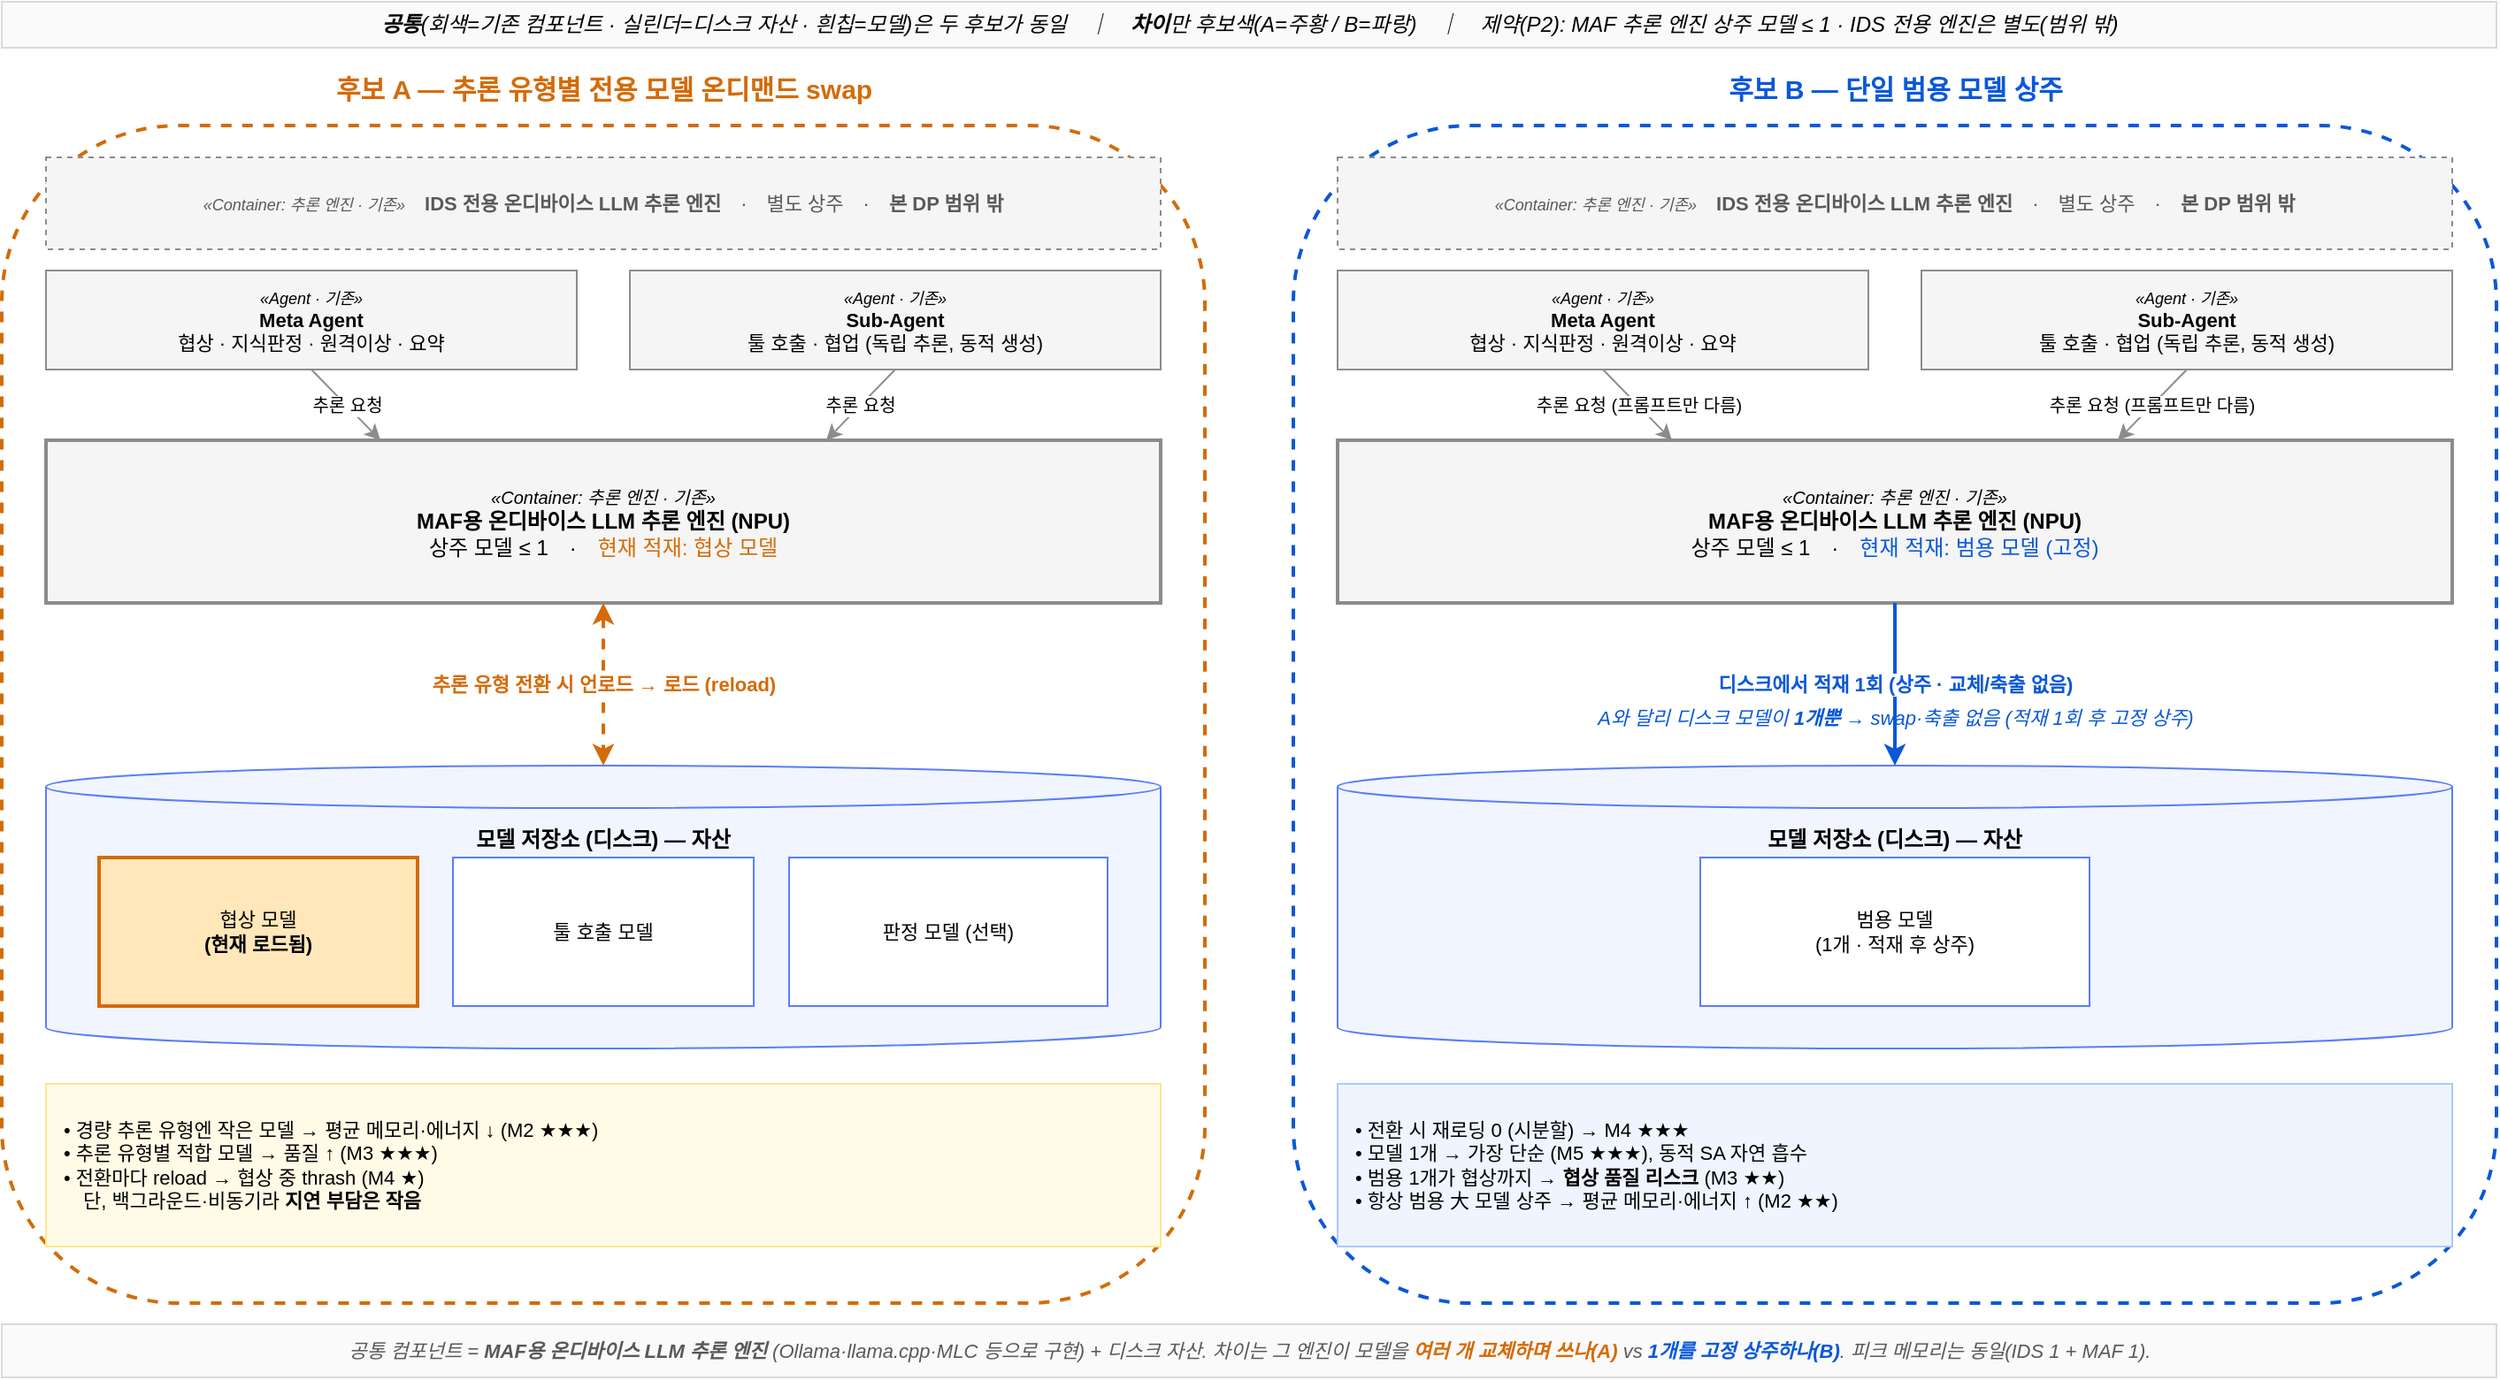
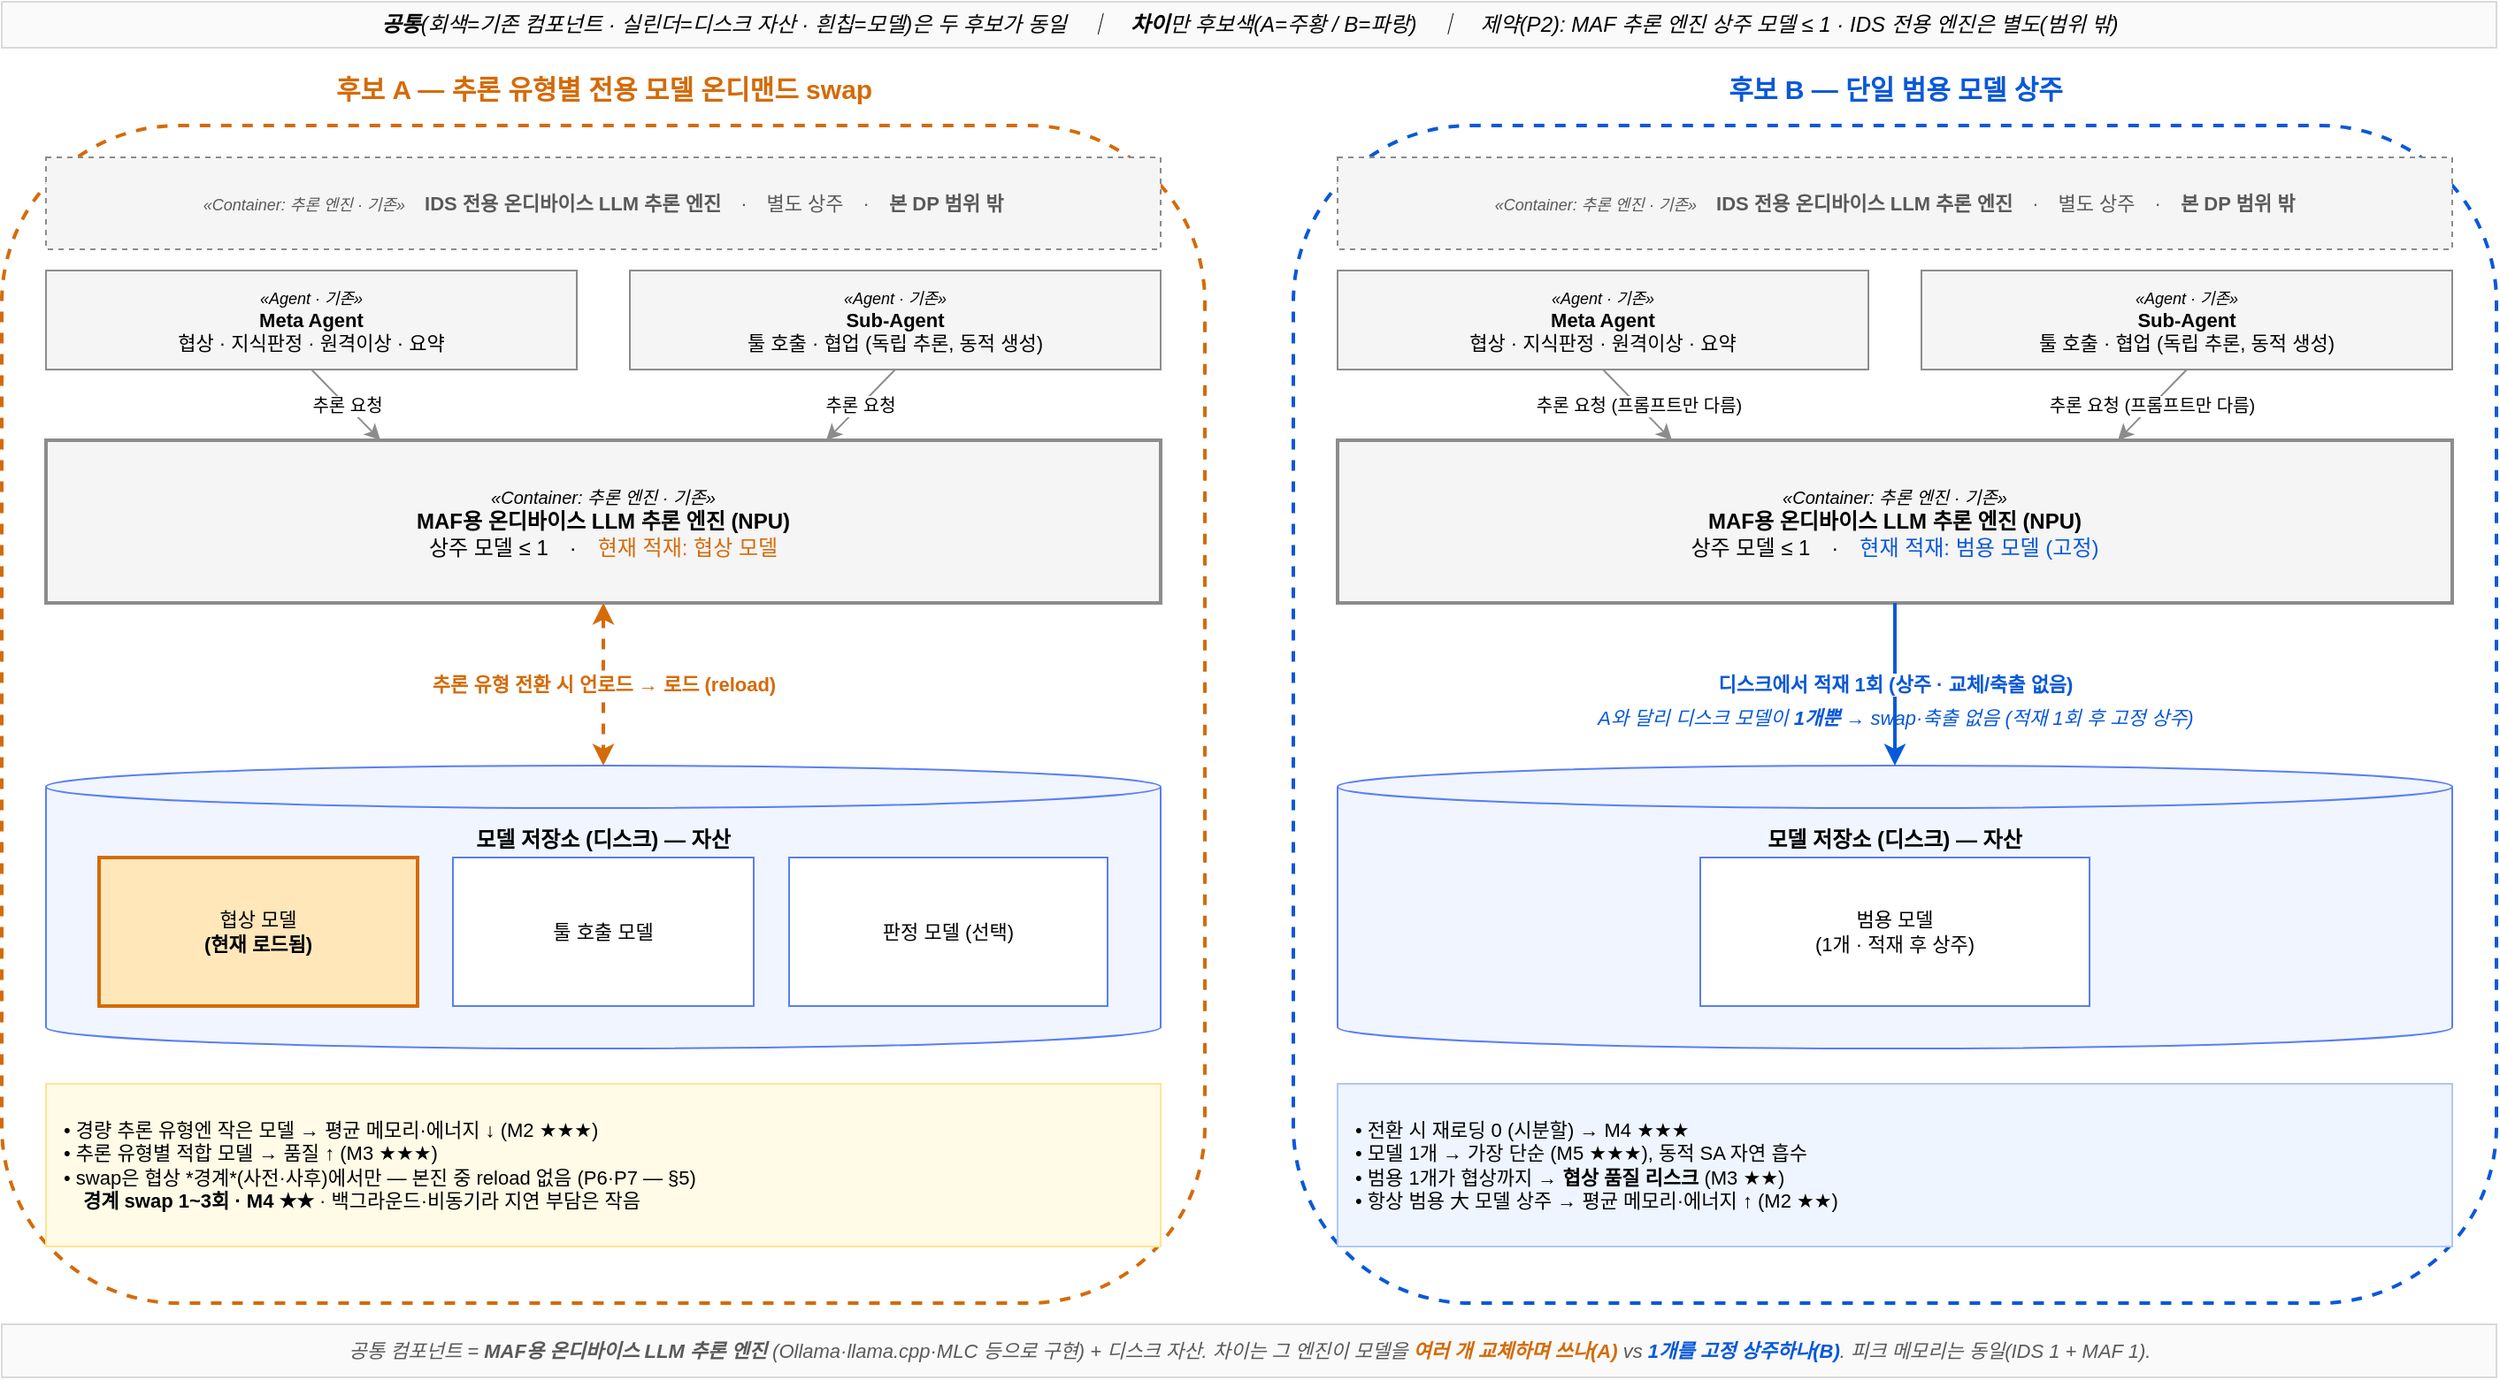
<mxfile host="65bd71144e">
    <diagram name="MAF-LLM-Placement-Candidates" id="dp-maf-llm-placement">
        <mxGraphModel dx="1000" dy="800" grid="1" gridSize="10" guides="1" tooltips="1" connect="1" arrows="1" fold="1" page="1" pageScale="1" pageWidth="1500" pageHeight="800" math="0" shadow="0">
            <root>
                <mxCell id="0"/>
                <mxCell id="1" parent="0"/>
                <mxCell id="legend" value="&lt;b&gt;공통&lt;/b&gt;(회색=기존 컴포넌트 · 실린더=디스크 자산 · 흰칩=모델)은 두 후보가 동일　｜　&lt;b&gt;차이&lt;/b&gt;만 후보색(A=주황 / B=파랑)　｜　제약(P2): MAF 추론 엔진 상주 모델 ≤ 1 · IDS 전용 엔진은 별도(범위 밖)" style="text;html=1;align=center;verticalAlign=middle;fontSize=12;fontStyle=2;fillColor=#fafafa;strokeColor=#d9d9d9" parent="1" vertex="1">
                    <mxGeometry x="30" y="8" width="1410" height="26" as="geometry"/>
                </mxCell>
                <mxCell id="titleA" value="후보 A — 추론 유형별 전용 모델 온디맨드 swap" style="text;html=1;align=center;verticalAlign=middle;fontSize=15;fontStyle=1;fontColor=#d46b08" parent="1" vertex="1">
                    <mxGeometry x="30" y="44" width="680" height="26" as="geometry"/>
                </mxCell>
                <mxCell id="titleB" value="후보 B — 단일 범용 모델 상주" style="text;html=1;align=center;verticalAlign=middle;fontSize=15;fontStyle=1;fontColor=#0958d9" parent="1" vertex="1">
                    <mxGeometry x="760" y="44" width="680" height="26" as="geometry"/>
                </mxCell>
                <mxCell id="frameA" value="" style="rounded=1;whiteSpace=wrap;html=1;fillColor=none;strokeColor=#d46b08;dashed=1;strokeWidth=2" parent="1" vertex="1">
                    <mxGeometry x="30" y="78" width="680" height="666" as="geometry"/>
                </mxCell>
                <mxCell id="frameB" value="" style="rounded=1;whiteSpace=wrap;html=1;fillColor=none;strokeColor=#0958d9;dashed=1;strokeWidth=2" parent="1" vertex="1">
                    <mxGeometry x="760" y="78" width="680" height="666" as="geometry"/>
                </mxCell>
                <mxCell id="a_ids" value="&lt;i style=&quot;font-size:9px;&quot;&gt;«Container: 추론 엔진 · 기존»&lt;/i&gt;　&lt;b&gt;IDS 전용 온디바이스 LLM 추론 엔진&lt;/b&gt;　·　별도 상주　·　&lt;b&gt;본 DP 범위 밖&lt;/b&gt;" style="rounded=0;whiteSpace=wrap;html=1;fillColor=#f5f5f5;strokeColor=#8c8c8c;dashed=1;fontSize=11;fontColor=#595959;verticalAlign=middle;align=center" parent="1" vertex="1">
                    <mxGeometry x="55" y="96" width="630" height="52" as="geometry"/>
                </mxCell>
                <mxCell id="a_ma" value="&lt;i style=&quot;font-size:9px;&quot;&gt;«Agent · 기존»&lt;/i&gt;&#10;&lt;b&gt;Meta Agent&lt;/b&gt;&#10;협상 · 지식판정 · 원격이상 · 요약" style="rounded=0;whiteSpace=wrap;html=1;fillColor=#f5f5f5;strokeColor=#8c8c8c;fontSize=11;verticalAlign=middle;align=center" parent="1" vertex="1">
                    <mxGeometry x="55" y="160" width="300" height="56" as="geometry"/>
                </mxCell>
                <mxCell id="a_sa" value="&lt;i style=&quot;font-size:9px;&quot;&gt;«Agent · 기존»&lt;/i&gt;&#10;&lt;b&gt;Sub-Agent&lt;/b&gt;&#10;툴 호출 · 협업 (독립 추론, 동적 생성)" style="rounded=0;whiteSpace=wrap;html=1;fillColor=#f5f5f5;strokeColor=#8c8c8c;fontSize=11;verticalAlign=middle;align=center" parent="1" vertex="1">
                    <mxGeometry x="385" y="160" width="300" height="56" as="geometry"/>
                </mxCell>
                <mxCell id="a_engine" value="&lt;i style=&quot;font-size:10px;&quot;&gt;«Container: 추론 엔진 · 기존»&lt;/i&gt;&#10;&lt;b&gt;MAF용 온디바이스 LLM 추론 엔진 (NPU)&lt;/b&gt;&#10;상주 모델 ≤ 1　·　&lt;font color=&quot;#d46b08&quot;&gt;현재 적재: 협상 모델&lt;/font&gt;" style="rounded=0;whiteSpace=wrap;html=1;fillColor=#f5f5f5;strokeColor=#8c8c8c;strokeWidth=2;fontSize=12;verticalAlign=middle;align=center" parent="1" vertex="1">
                    <mxGeometry x="55" y="256" width="630" height="92" as="geometry"/>
                </mxCell>
                <mxCell id="a_store" value="&lt;b&gt;모델 저장소 (디스크) — 자산&lt;/b&gt;" style="shape=cylinder3;whiteSpace=wrap;html=1;fillColor=#f0f5ff;strokeColor=#597ef7;fontSize=12;verticalAlign=top;align=center;boundedLbl=1;backgroundOutline=1;size=12;spacingTop=4" parent="1" vertex="1">
                    <mxGeometry x="55" y="440" width="630" height="160" as="geometry"/>
                </mxCell>
                <mxCell id="a_m1" value="협상 모델&#10;&lt;b&gt;(현재 로드됨)&lt;/b&gt;" style="rounded=0;whiteSpace=wrap;html=1;fillColor=#ffe7ba;strokeColor=#d46b08;strokeWidth=2;fontSize=11;verticalAlign=middle;align=center" parent="1" vertex="1">
                    <mxGeometry x="85" y="492" width="180" height="84" as="geometry"/>
                </mxCell>
                <mxCell id="a_m2" value="툴 호출 모델" style="rounded=0;whiteSpace=wrap;html=1;fillColor=#ffffff;strokeColor=#597ef7;fontSize=11;verticalAlign=middle;align=center" parent="1" vertex="1">
                    <mxGeometry x="285" y="492" width="170" height="84" as="geometry"/>
                </mxCell>
                <mxCell id="a_m3" value="판정 모델 (선택)" style="rounded=0;whiteSpace=wrap;html=1;fillColor=#ffffff;strokeColor=#597ef7;fontSize=11;verticalAlign=middle;align=center" parent="1" vertex="1">
                    <mxGeometry x="475" y="492" width="180" height="84" as="geometry"/>
                </mxCell>
                <mxCell id="a_swap" value="추론 유형 전환 시  언로드 → 로드 (reload)" style="endArrow=classic;startArrow=classic;html=1;dashed=1;strokeColor=#d46b08;strokeWidth=2;fontSize=11;fontColor=#d46b08;fontStyle=1;exitX=0.5;exitY=1;exitDx=0;exitDy=0;entryX=0.5;entryY=0;entryDx=0;entryDy=0" parent="1" source="a_engine" target="a_store" edge="1">
                    <mxGeometry relative="1" as="geometry"/>
                </mxCell>
                <mxCell id="a_ma_engine" value="추론 요청" style="endArrow=classic;html=1;strokeColor=#8c8c8c;fontSize=10;exitX=0.5;exitY=1;exitDx=0;exitDy=0;entryX=0.3;entryY=0;entryDx=0;entryDy=0" parent="1" source="a_ma" target="a_engine" edge="1">
                    <mxGeometry relative="1" as="geometry"/>
                </mxCell>
                <mxCell id="a_sa_engine" value="추론 요청" style="endArrow=classic;html=1;strokeColor=#8c8c8c;fontSize=10;exitX=0.5;exitY=1;exitDx=0;exitDy=0;entryX=0.7;entryY=0;entryDx=0;entryDy=0" parent="1" source="a_sa" target="a_engine" edge="1">
                    <mxGeometry relative="1" as="geometry"/>
                </mxCell>
-                 <mxCell id="a_note" value="• 경량 추론 유형엔 작은 모델 → 평균 메모리·에너지 ↓ (M2 ★★★)&#10;• 추론 유형별 적합 모델 → 품질 ↑ (M3 ★★★)&#10;• 전환마다 reload → 협상 중 thrash (M4 ★)&#10;　단, 백그라운드·비동기라 &lt;b&gt;지연 부담은 작음&lt;/b&gt;" style="text;html=1;align=left;verticalAlign=middle;fontSize=11;spacingLeft=8;fillColor=#fffbe6;strokeColor=#ffe58f" parent="1" vertex="1">
+                 <mxCell id="a_note" value="• 경량 추론 유형엔 작은 모델 → 평균 메모리·에너지 ↓ (M2 ★★★)&#10;• 추론 유형별 적합 모델 → 품질 ↑ (M3 ★★★)&#10;• swap은 협상 *경계*(사전·사후)에서만 — 본진 중 reload 없음 (P6·P7 — §5)&#10;　&lt;b&gt;경계 swap 1~3회 · M4 ★★&lt;/b&gt; · 백그라운드·비동기라 지연 부담은 작음" style="text;html=1;align=left;verticalAlign=middle;fontSize=11;spacingLeft=8;fillColor=#fffbe6;strokeColor=#ffe58f" parent="1" vertex="1">
                    <mxGeometry x="55" y="620" width="630" height="92" as="geometry"/>
                </mxCell>
                <mxCell id="b_ids" value="&lt;i style=&quot;font-size:9px;&quot;&gt;«Container: 추론 엔진 · 기존»&lt;/i&gt;　&lt;b&gt;IDS 전용 온디바이스 LLM 추론 엔진&lt;/b&gt;　·　별도 상주　·　&lt;b&gt;본 DP 범위 밖&lt;/b&gt;" style="rounded=0;whiteSpace=wrap;html=1;fillColor=#f5f5f5;strokeColor=#8c8c8c;dashed=1;fontSize=11;fontColor=#595959;verticalAlign=middle;align=center" parent="1" vertex="1">
                    <mxGeometry x="785" y="96" width="630" height="52" as="geometry"/>
                </mxCell>
                <mxCell id="b_ma" value="&lt;i style=&quot;font-size:9px;&quot;&gt;«Agent · 기존»&lt;/i&gt;&#10;&lt;b&gt;Meta Agent&lt;/b&gt;&#10;협상 · 지식판정 · 원격이상 · 요약" style="rounded=0;whiteSpace=wrap;html=1;fillColor=#f5f5f5;strokeColor=#8c8c8c;fontSize=11;verticalAlign=middle;align=center" parent="1" vertex="1">
                    <mxGeometry x="785" y="160" width="300" height="56" as="geometry"/>
                </mxCell>
                <mxCell id="b_sa" value="&lt;i style=&quot;font-size:9px;&quot;&gt;«Agent · 기존»&lt;/i&gt;&#10;&lt;b&gt;Sub-Agent&lt;/b&gt;&#10;툴 호출 · 협업 (독립 추론, 동적 생성)" style="rounded=0;whiteSpace=wrap;html=1;fillColor=#f5f5f5;strokeColor=#8c8c8c;fontSize=11;verticalAlign=middle;align=center" parent="1" vertex="1">
                    <mxGeometry x="1115" y="160" width="300" height="56" as="geometry"/>
                </mxCell>
                <mxCell id="b_engine" value="&lt;i style=&quot;font-size:10px;&quot;&gt;«Container: 추론 엔진 · 기존»&lt;/i&gt;&#10;&lt;b&gt;MAF용 온디바이스 LLM 추론 엔진 (NPU)&lt;/b&gt;&#10;상주 모델 ≤ 1　·　&lt;font color=&quot;#0958d9&quot;&gt;현재 적재: 범용 모델 (고정)&lt;/font&gt;" style="rounded=0;whiteSpace=wrap;html=1;fillColor=#f5f5f5;strokeColor=#8c8c8c;strokeWidth=2;fontSize=12;verticalAlign=middle;align=center" parent="1" vertex="1">
                    <mxGeometry x="785" y="256" width="630" height="92" as="geometry"/>
                </mxCell>
                <mxCell id="b_noswap" value="A와 달리 디스크 모델이 &lt;b&gt;1개뿐&lt;/b&gt; → swap·축출 없음 (적재 1회 후 고정 상주)" style="text;html=1;align=center;verticalAlign=middle;fontSize=11;fontStyle=2;fontColor=#0958d9" parent="1" vertex="1">
                    <mxGeometry x="785" y="402" width="630" height="22" as="geometry"/>
                </mxCell>
                <mxCell id="b_store" value="&lt;b&gt;모델 저장소 (디스크) — 자산&lt;/b&gt;" style="shape=cylinder3;whiteSpace=wrap;html=1;fillColor=#f0f5ff;strokeColor=#597ef7;fontSize=12;verticalAlign=top;align=center;boundedLbl=1;backgroundOutline=1;size=12;spacingTop=4" parent="1" vertex="1">
                    <mxGeometry x="785" y="440" width="630" height="160" as="geometry"/>
                </mxCell>
                <mxCell id="b_m" value="범용 모델&#10;(1개 · 적재 후 상주)" style="rounded=0;whiteSpace=wrap;html=1;fillColor=#ffffff;strokeColor=#597ef7;fontSize=11;verticalAlign=middle;align=center" parent="1" vertex="1">
                    <mxGeometry x="990" y="492" width="220" height="84" as="geometry"/>
                </mxCell>
                <mxCell id="b_load" value="디스크에서 적재 1회 (상주 · 교체/축출 없음)" style="endArrow=classic;html=1;strokeColor=#0958d9;strokeWidth=2;fontSize=11;fontColor=#0958d9;fontStyle=1;exitX=0.5;exitY=1;exitDx=0;exitDy=0;entryX=0.5;entryY=0;entryDx=0;entryDy=0" parent="1" source="b_engine" target="b_store" edge="1">
                    <mxGeometry relative="1" as="geometry"/>
                </mxCell>
                <mxCell id="b_ma_engine" value="추론 요청 (프롬프트만 다름)" style="endArrow=classic;html=1;strokeColor=#8c8c8c;fontSize=10;exitX=0.5;exitY=1;exitDx=0;exitDy=0;entryX=0.3;entryY=0;entryDx=0;entryDy=0" parent="1" source="b_ma" target="b_engine" edge="1">
                    <mxGeometry relative="1" as="geometry"/>
                </mxCell>
                <mxCell id="b_sa_engine" value="추론 요청 (프롬프트만 다름)" style="endArrow=classic;html=1;strokeColor=#8c8c8c;fontSize=10;exitX=0.5;exitY=1;exitDx=0;exitDy=0;entryX=0.7;entryY=0;entryDx=0;entryDy=0" parent="1" source="b_sa" target="b_engine" edge="1">
                    <mxGeometry relative="1" as="geometry"/>
                </mxCell>
                <mxCell id="b_note" value="• 전환 시 재로딩 0 (시분할) → M4 ★★★&#10;• 모델 1개 → 가장 단순 (M5 ★★★), 동적 SA 자연 흡수&#10;• 범용 1개가 협상까지 → &lt;b&gt;협상 품질 리스크&lt;/b&gt; (M3 ★★)&#10;• 항상 범용 大 모델 상주 → 평균 메모리·에너지 ↑ (M2 ★★)" style="text;html=1;align=left;verticalAlign=middle;fontSize=11;spacingLeft=8;fillColor=#eef5ff;strokeColor=#adc6ff" parent="1" vertex="1">
                    <mxGeometry x="785" y="620" width="630" height="92" as="geometry"/>
                </mxCell>
                <mxCell id="footnote" value="공통 컴포넌트 = &lt;b&gt;MAF용 온디바이스 LLM 추론 엔진&lt;/b&gt; (Ollama·llama.cpp·MLC 등으로 구현) + 디스크 자산. 차이는 그 엔진이 모델을 &lt;b style=&quot;color:#d46b08;&quot;&gt;여러 개 교체하며 쓰나(A)&lt;/b&gt; vs &lt;b style=&quot;color:#0958d9;&quot;&gt;1개를 고정 상주하나(B)&lt;/b&gt;. 피크 메모리는 동일(IDS 1 + MAF 1)." style="text;html=1;align=center;verticalAlign=middle;fontSize=11;fontStyle=2;fontColor=#595959;fillColor=#fafafa;strokeColor=#d9d9d9" parent="1" vertex="1">
                    <mxGeometry x="30" y="756" width="1410" height="30" as="geometry"/>
                </mxCell>
            </root>
        </mxGraphModel>
    </diagram>
</mxfile>
